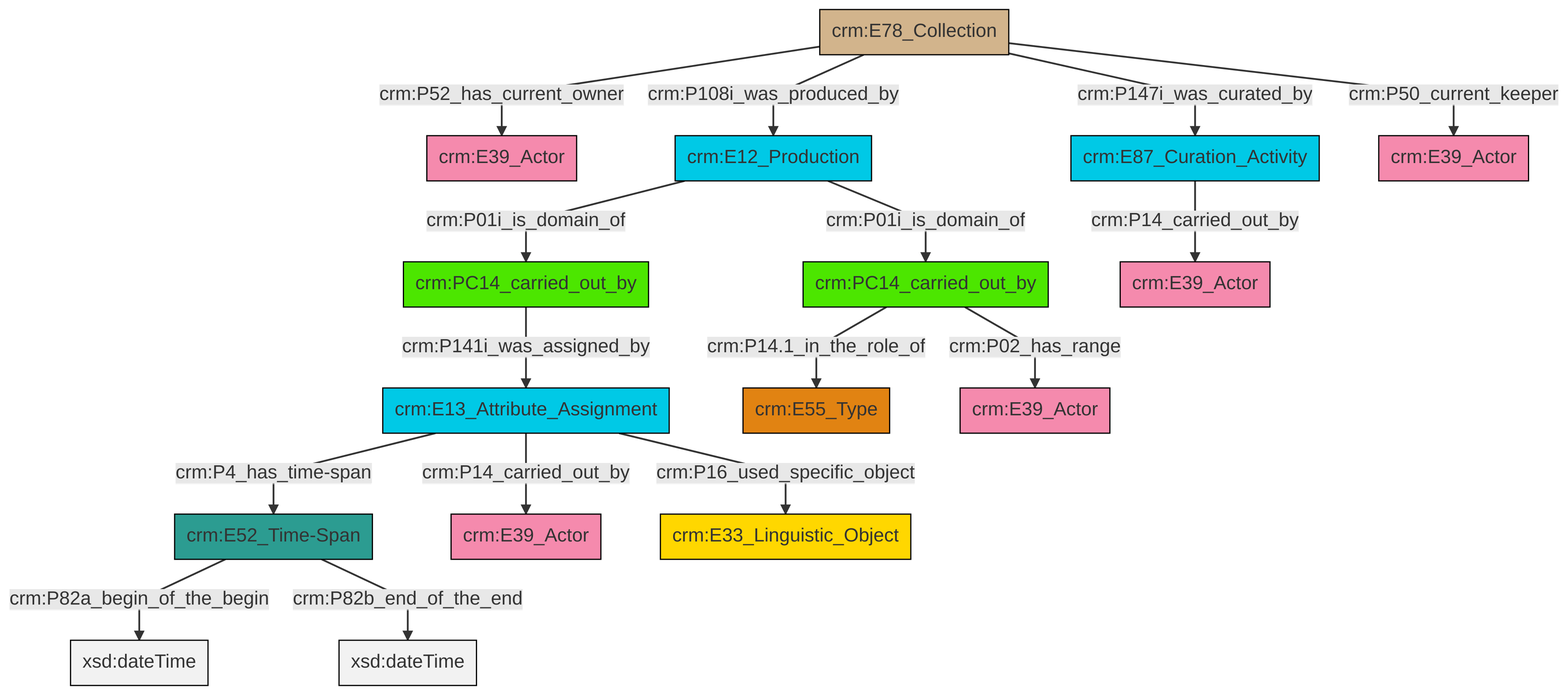
Before: et/archivalCSV/ttl/mmd/png/archival_relation.png, a diagram exported from Mermaid (swiss-art-research-net/docs.swissartresearch). Its source is kept beside it as et/archivalCSV/ttl/mmd/archival_relation.ttl.mmd.
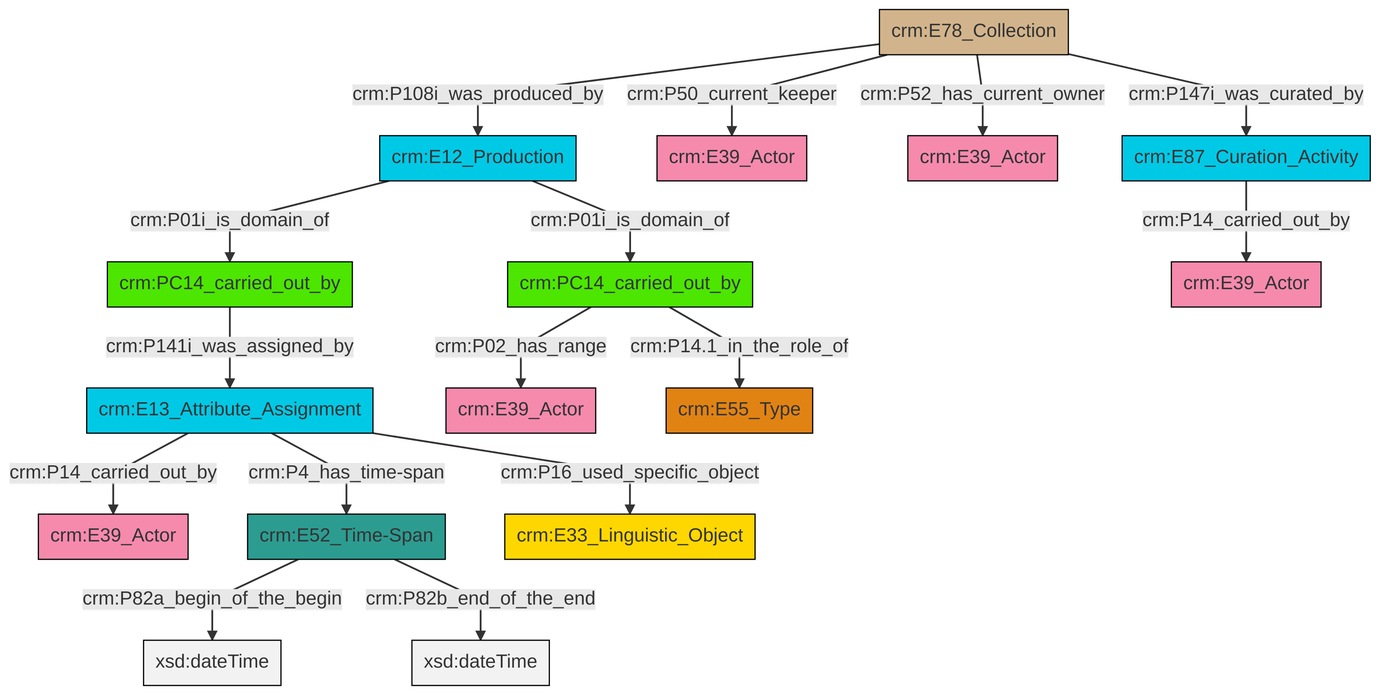
After the change.

The edit, as a diff of the source:
```diff
@@ -13,18 +13,18 @@
 classDef PC_Classes fill:#4ce600, stroke:#000000;
 classDef Multi fill:#cccccc,stroke:#000000;
 
-4["crm:E12_Production"]:::Temporal_Entity -->|crm:P01i_is_domain_of| 5["crm:PC14_carried_out_by"]:::PC_Classes
-7["crm:PC14_carried_out_by"]:::PC_Classes -->|crm:P141i_was_assigned_by| 8["crm:E13_Attribute_Assignment"]:::Temporal_Entity
-2["crm:E78_Collection"]:::Physical_Thing -->|crm:P108i_was_produced_by| 4["crm:E12_Production"]:::Temporal_Entity
-2["crm:E78_Collection"]:::Physical_Thing -->|crm:P147i_was_curated_by| 11["crm:E87_Curation_Activity"]:::Temporal_Entity
-8["crm:E13_Attribute_Assignment"]:::Temporal_Entity -->|crm:P4_has_time-span| 12["crm:E52_Time-Span"]:::Time-Span
-12["crm:E52_Time-Span"]:::Time-Span -->|crm:P82a_begin_of_the_begin| 13[xsd:dateTime]:::Literal
-11["crm:E87_Curation_Activity"]:::Temporal_Entity -->|crm:P14_carried_out_by| 9["crm:E39_Actor"]:::Actor
-12["crm:E52_Time-Span"]:::Time-Span -->|crm:P82b_end_of_the_end| 14[xsd:dateTime]:::Literal
-4["crm:E12_Production"]:::Temporal_Entity -->|crm:P01i_is_domain_of| 7["crm:PC14_carried_out_by"]:::PC_Classes
-8["crm:E13_Attribute_Assignment"]:::Temporal_Entity -->|crm:P16_used_specific_object| 18["crm:E33_Linguistic_Object"]:::Conceptual_Object
-2["crm:E78_Collection"]:::Physical_Thing -->|crm:P52_has_current_owner| 0["crm:E39_Actor"]:::Actor
-5["crm:PC14_carried_out_by"]:::PC_Classes -->|crm:P14.1_in_the_role_of| 20["crm:E55_Type"]:::Type
-8["crm:E13_Attribute_Assignment"]:::Temporal_Entity -->|crm:P14_carried_out_by| 15["crm:E39_Actor"]:::Actor
-2["crm:E78_Collection"]:::Physical_Thing -->|crm:P50_current_keeper| 22["crm:E39_Actor"]:::Actor
-5["crm:PC14_carried_out_by"]:::PC_Classes -->|crm:P02_has_range| 25["crm:E39_Actor"]:::Actor
+0["crm:PC14_carried_out_by"]:::PC_Classes -->|crm:P02_has_range| 1["crm:E39_Actor"]:::Actor
+4["crm:E78_Collection"]:::Physical_Thing -->|crm:P108i_was_produced_by| 5["crm:E12_Production"]:::Temporal_Entity
+5["crm:E12_Production"]:::Temporal_Entity -->|crm:P01i_is_domain_of| 6["crm:PC14_carried_out_by"]:::PC_Classes
+7["crm:E52_Time-Span"]:::Time-Span -->|crm:P82a_begin_of_the_begin| 8[xsd:dateTime]:::Literal
+6["crm:PC14_carried_out_by"]:::PC_Classes -->|crm:P141i_was_assigned_by| 2["crm:E13_Attribute_Assignment"]:::Temporal_Entity
+5["crm:E12_Production"]:::Temporal_Entity -->|crm:P01i_is_domain_of| 0["crm:PC14_carried_out_by"]:::PC_Classes
+2["crm:E13_Attribute_Assignment"]:::Temporal_Entity -->|crm:P14_carried_out_by| 12["crm:E39_Actor"]:::Actor
+2["crm:E13_Attribute_Assignment"]:::Temporal_Entity -->|crm:P4_has_time-span| 7["crm:E52_Time-Span"]:::Time-Span
+2["crm:E13_Attribute_Assignment"]:::Temporal_Entity -->|crm:P16_used_specific_object| 14["crm:E33_Linguistic_Object"]:::Conceptual_Object
+4["crm:E78_Collection"]:::Physical_Thing -->|crm:P50_current_keeper| 19["crm:E39_Actor"]:::Actor
+21["crm:E87_Curation_Activity"]:::Temporal_Entity -->|crm:P14_carried_out_by| 10["crm:E39_Actor"]:::Actor
+0["crm:PC14_carried_out_by"]:::PC_Classes -->|crm:P14.1_in_the_role_of| 23["crm:E55_Type"]:::Type
+7["crm:E52_Time-Span"]:::Time-Span -->|crm:P82b_end_of_the_end| 24[xsd:dateTime]:::Literal
+4["crm:E78_Collection"]:::Physical_Thing -->|crm:P52_has_current_owner| 15["crm:E39_Actor"]:::Actor
+4["crm:E78_Collection"]:::Physical_Thing -->|crm:P147i_was_curated_by| 21["crm:E87_Curation_Activity"]:::Temporal_Entity
```
